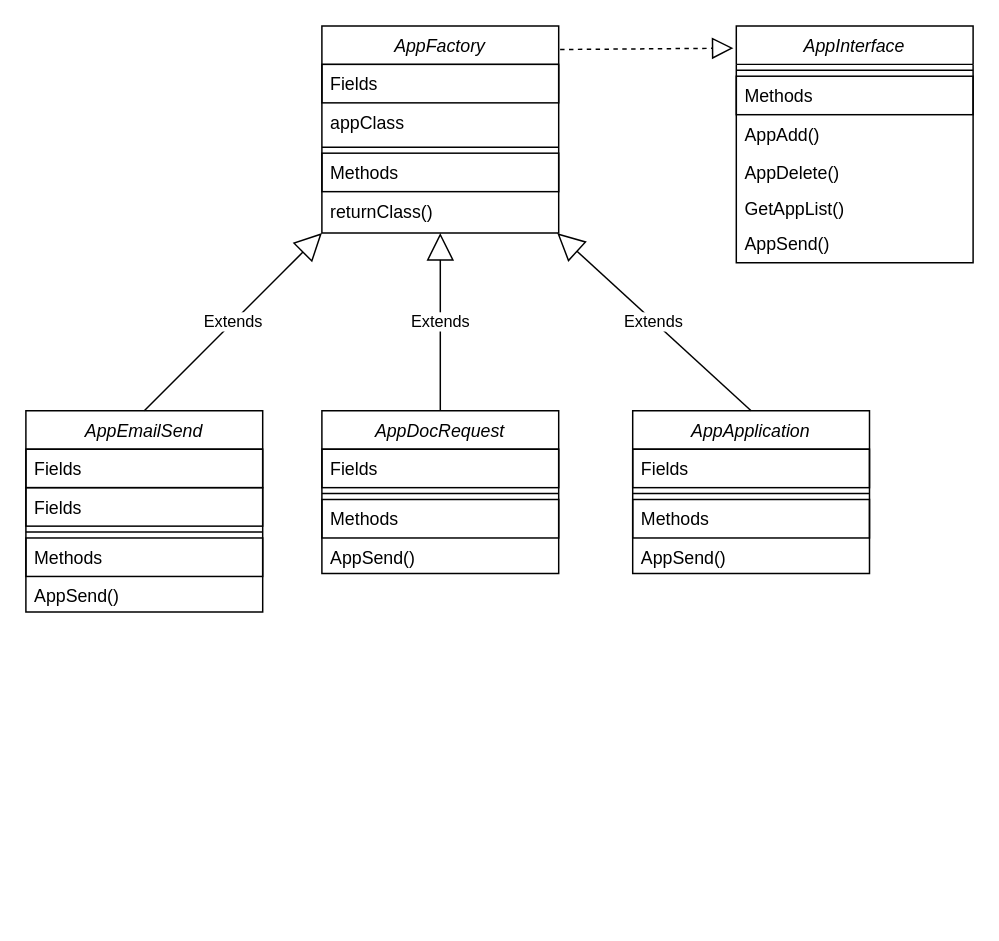
RandomIsGreat/test keeps this draw.io diagram as Диаграмма без названия.drawio. Above is the earlier version. Source tidied: cells renumbered, new cells numbered last; positions are measured from the earlier drawing's top-left corner, leaving out a move shared by most shapes. Both pictures are drawn from the tidied source at 148%, with x=0, y=0 at pixel (25, 25).
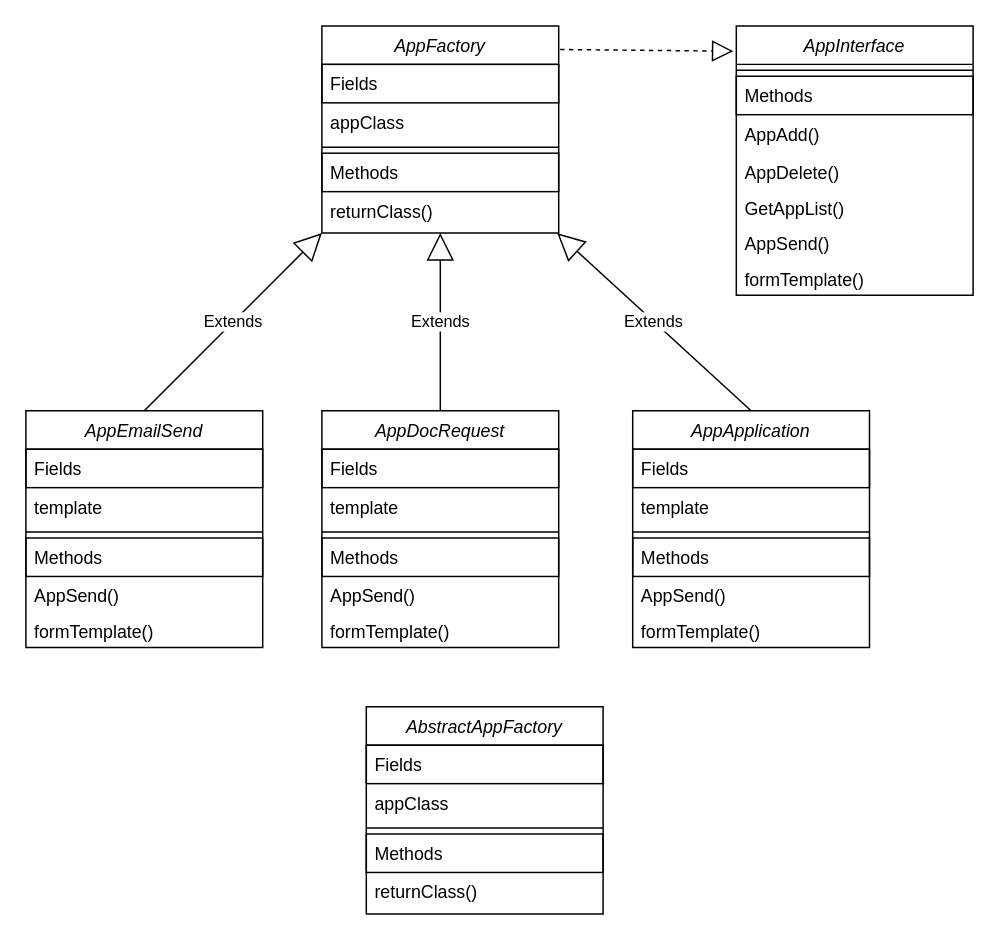
After the change.

Diff of the diagram source:
```diff
@@
     <mxCell id="8" value="AppInterface" style="swimlane;fontStyle=2;align=center;verticalAlign=top;horizontal=1;startSize=26;rounded=0;shadow=0;strokeWidth=1;" parent="1" vertex="1">
-      <mxGeometry x="480" width="160" height="160" as="geometry" />
+      <mxGeometry x="480" width="160" height="182" as="geometry" />
     </mxCell>
@@
+    <mxCell id="35" value="formTemplate()" style="text;align=left;verticalAlign=top;spacingLeft=4;spacingRight=4;overflow=hidden;" parent="8" vertex="1">
+      <mxGeometry y="158" width="160" height="24" as="geometry" />
+    </mxCell>
     <mxCell id="15" value="AppEmailSend" style="swimlane;fontStyle=2;align=center;verticalAlign=top;horizontal=1;startSize=26;rounded=0;shadow=0;strokeWidth=1;" parent="1" vertex="1">
-      <mxGeometry y="260" width="160" height="136" as="geometry" />
+      <mxGeometry y="260" width="160" height="160" as="geometry" />
     </mxCell>
@@
-    <mxCell id="17" value="Fields" style="text;align=left;verticalAlign=top;spacingLeft=4;spacingRight=4;overflow=hidden;strokeColor=default;" parent="15" vertex="1">
+    <mxCell id="17" value="template" style="text;align=left;verticalAlign=top;spacingLeft=4;spacingRight=4;overflow=hidden;strokeColor=none;" parent="15" vertex="1">
       <mxGeometry y="52" width="160" height="26" as="geometry" />
     </mxCell>
@@
+    <mxCell id="36" value="formTemplate()" style="text;align=left;verticalAlign=top;spacingLeft=4;spacingRight=4;overflow=hidden;" parent="15" vertex="1">
+      <mxGeometry y="136" width="160" height="24" as="geometry" />
+    </mxCell>
     <mxCell id="21" value="AppDocRequest" style="swimlane;fontStyle=2;align=center;verticalAlign=top;horizontal=1;startSize=26;rounded=0;shadow=0;strokeWidth=1;" parent="1" vertex="1">
-      <mxGeometry x="200" y="260" width="160" height="110" as="geometry" />
+      <mxGeometry x="200" y="260" width="160" height="160" as="geometry" />
     </mxCell>
@@
+    <mxCell id="37" value="template" style="text;align=left;verticalAlign=top;spacingLeft=4;spacingRight=4;overflow=hidden;strokeColor=none;" parent="21" vertex="1">
+      <mxGeometry y="52" width="160" height="26" as="geometry" />
+    </mxCell>
     <mxCell id="23" style="line;html=1;strokeWidth=1;align=left;verticalAlign=middle;spacingTop=-1;spacingLeft=3;spacingRight=3;labelPosition=right;" parent="21" vertex="1">
-      <mxGeometry y="52" width="160" height="8" as="geometry" />
+      <mxGeometry y="78" width="160" height="8" as="geometry" />
     </mxCell>
     <mxCell id="24" value="Methods" style="text;align=left;verticalAlign=top;spacingLeft=4;spacingRight=4;overflow=hidden;strokeColor=default;" parent="21" vertex="1">
-      <mxGeometry y="60" width="160" height="26" as="geometry" />
+      <mxGeometry y="86" width="160" height="26" as="geometry" />
     </mxCell>
     <mxCell id="25" value="AppSend()" style="text;align=left;verticalAlign=top;spacingLeft=4;spacingRight=4;overflow=hidden;" parent="21" vertex="1">
-      <mxGeometry y="86" width="160" height="24" as="geometry" />
+      <mxGeometry y="112" width="160" height="24" as="geometry" />
     </mxCell>
+    <mxCell id="38" value="formTemplate()" style="text;align=left;verticalAlign=top;spacingLeft=4;spacingRight=4;overflow=hidden;" parent="21" vertex="1">
+      <mxGeometry y="136" width="160" height="24" as="geometry" />
+    </mxCell>
-    <mxCell id="26" value="AppApplication" style="swimlane;fontStyle=2;align=center;verticalAlign=top;horizontal=1;startSize=26;rounded=0;shadow=0;strokeWidth=1;" parent="1" vertex="1">
-      <mxGeometry x="410" y="260" width="160" height="110" as="geometry" />
+    <mxCell id="26" value="AppApplication" style="swimlane;fontStyle=2;align=center;verticalAlign=top;horizontal=1;startSize=26;rounded=0;shadow=0;strokeWidth=1;strokeColor=default;" parent="1" vertex="1">
+      <mxGeometry x="410" y="260" width="160" height="160" as="geometry" />
     </mxCell>
@@
+    <mxCell id="39" value="template" style="text;align=left;verticalAlign=top;spacingLeft=4;spacingRight=4;overflow=hidden;strokeColor=none;" parent="26" vertex="1">
+      <mxGeometry y="52" width="160" height="26" as="geometry" />
+    </mxCell>
     <mxCell id="28" style="line;html=1;strokeWidth=1;align=left;verticalAlign=middle;spacingTop=-1;spacingLeft=3;spacingRight=3;labelPosition=right;" parent="26" vertex="1">
-      <mxGeometry y="52" width="160" height="8" as="geometry" />
+      <mxGeometry y="78" width="160" height="8" as="geometry" />
     </mxCell>
     <mxCell id="29" value="Methods" style="text;align=left;verticalAlign=top;spacingLeft=4;spacingRight=4;overflow=hidden;strokeColor=default;" parent="26" vertex="1">
-      <mxGeometry y="60" width="160" height="26" as="geometry" />
+      <mxGeometry y="86" width="160" height="26" as="geometry" />
     </mxCell>
     <mxCell id="30" value="AppSend()" style="text;align=left;verticalAlign=top;spacingLeft=4;spacingRight=4;overflow=hidden;" parent="26" vertex="1">
-      <mxGeometry y="86" width="160" height="24" as="geometry" />
+      <mxGeometry y="112" width="160" height="24" as="geometry" />
     </mxCell>
+    <mxCell id="40" value="formTemplate()" style="text;align=left;verticalAlign=top;spacingLeft=4;spacingRight=4;overflow=hidden;" parent="26" vertex="1">
+      <mxGeometry y="136" width="160" height="24" as="geometry" />
+    </mxCell>
@@
+    <mxCell id="41" value="AbstractAppFactory" style="swimlane;fontStyle=2;align=center;verticalAlign=top;horizontal=1;startSize=26;rounded=0;shadow=0;strokeWidth=1;" parent="1" vertex="1">
+      <mxGeometry x="230" y="460" width="160" height="140" as="geometry" />
+    </mxCell>
+    <mxCell id="42" value="Fields" style="text;align=left;verticalAlign=top;spacingLeft=4;spacingRight=4;overflow=hidden;strokeColor=default;" parent="41" vertex="1">
+      <mxGeometry y="26" width="160" height="26" as="geometry" />
+    </mxCell>
+    <mxCell id="43" value="appClass" style="text;align=left;verticalAlign=top;spacingLeft=4;spacingRight=4;overflow=hidden;rounded=0;shadow=0;html=0;" parent="41" vertex="1">
+      <mxGeometry y="52" width="160" height="26" as="geometry" />
+    </mxCell>
+    <mxCell id="44" style="line;html=1;strokeWidth=1;align=left;verticalAlign=middle;spacingTop=-1;spacingLeft=3;spacingRight=3;labelPosition=right;" parent="41" vertex="1">
+      <mxGeometry y="78" width="160" height="8" as="geometry" />
+    </mxCell>
+    <mxCell id="45" value="Methods" style="text;align=left;verticalAlign=top;spacingLeft=4;spacingRight=4;overflow=hidden;strokeColor=default;" parent="41" vertex="1">
+      <mxGeometry y="86" width="160" height="26" as="geometry" />
+    </mxCell>
+    <mxCell id="46" value="returnClass()" style="text;align=left;verticalAlign=top;spacingLeft=4;spacingRight=4;overflow=hidden;" parent="41" vertex="1">
+      <mxGeometry y="112" width="160" height="26" as="geometry" />
+    </mxCell>
```
